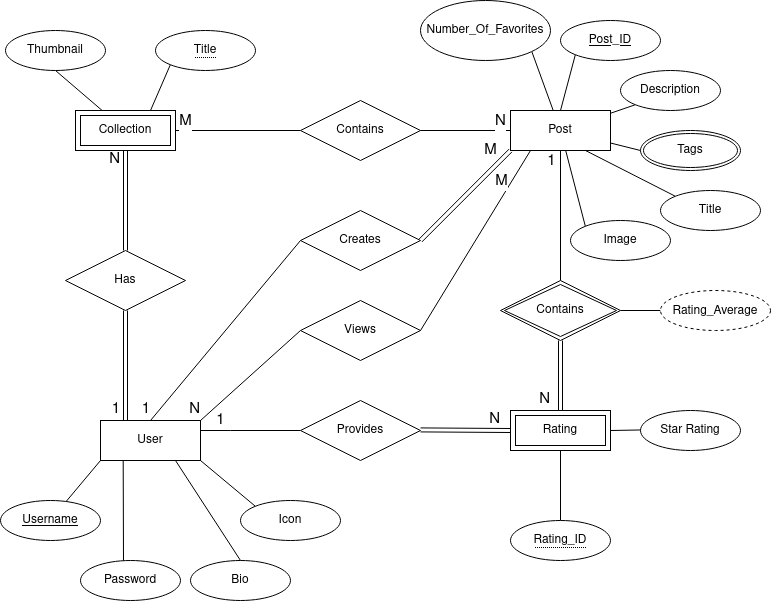
Before: images/er_diagram.png, a diagram exported from draw.io (Marble879/Web-Development-Project). Source tidied: cells renumbered, new cells last; positions are measured from the earlier drawing's top-left corner, leaving out a move shared by most shapes.
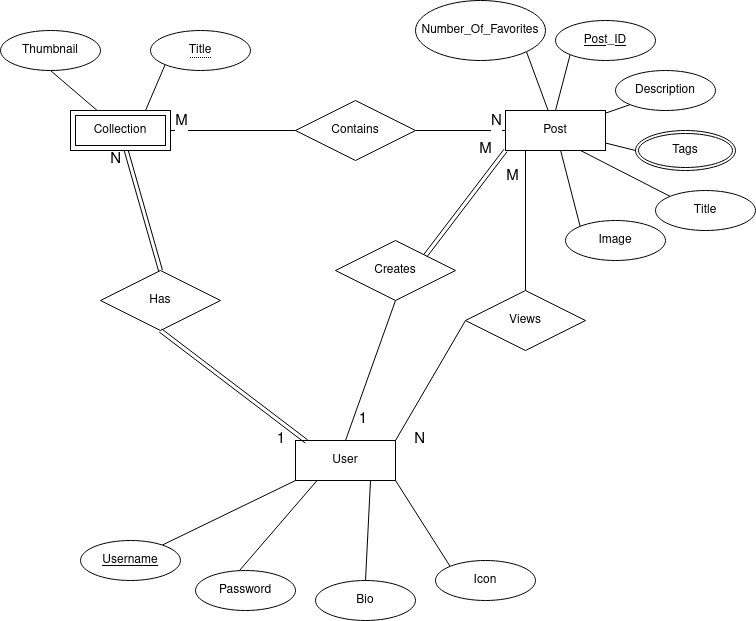
After the commit.

Commit message:
[GROUP PROGRAMMING] Update ER diagram

The edit, as a diff of the source:
```diff
@@ -17,41 +17,23 @@
     <mxCell id="6" style="edgeStyle=none;rounded=0;jettySize=auto;html=1;exitX=1;exitY=0;exitDx=0;exitDy=0;entryX=0;entryY=0.5;entryDx=0;entryDy=0;endArrow=none;endFill=0;" parent="1" edge="1" source="9" target="43">
       <mxGeometry relative="1" as="geometry" />
     </mxCell>
-    <mxCell id="7" style="edgeStyle=none;rounded=0;jettySize=auto;html=1;exitX=0.5;exitY=0;exitDx=0;exitDy=0;entryX=0;entryY=0.5;entryDx=0;entryDy=0;endArrow=none;endFill=0;" parent="1" edge="1" source="9" target="31">
+    <mxCell id="7" style="edgeStyle=none;rounded=0;jettySize=auto;html=1;exitX=0.5;exitY=0;exitDx=0;exitDy=0;entryX=0.5;entryY=1;entryDx=0;entryDy=0;endArrow=none;endFill=0;" parent="1" edge="1" source="9" target="31">
       <mxGeometry relative="1" as="geometry" />
     </mxCell>
-    <mxCell id="8" value="&lt;font style=&quot;font-size: 15px&quot;&gt;1&lt;/font&gt;" style="edgeStyle=none;rounded=0;jettySize=auto;html=1;exitX=1;exitY=0.25;exitDx=0;exitDy=0;entryX=0;entryY=0.5;entryDx=0;entryDy=0;endArrow=none;endFill=0;" parent="1" edge="1" source="9" target="48">
-      <mxGeometry x="-0.6" y="10" relative="1" as="geometry">
-        <Array as="points">
-          <mxPoint x="230" y="430" />
-        </Array>
-      </mxGeometry>
-    </mxCell>
     <mxCell id="9" value="User" style="whiteSpace=wrap;html=1;align=center;" parent="1" vertex="1">
-      <mxGeometry x="100" y="420" width="100" height="40" as="geometry" />
+      <mxGeometry x="300" y="440" width="100" height="40" as="geometry" />
     </mxCell>
-    <mxCell id="10" style="edgeStyle=none;rounded=0;jettySize=auto;html=1;exitX=0.5;exitY=1;exitDx=0;exitDy=0;endArrow=none;endFill=0;" parent="1" edge="1" source="12" target="47">
-      <mxGeometry relative="1" as="geometry" />
-    </mxCell>
-    <mxCell id="11" value="1" style="edgeLabel;html=1;align=center;verticalAlign=middle;fontSize=15;" parent="10" vertex="1">
-      <mxGeometry x="-0.7" relative="1" as="geometry">
-        <mxPoint x="-10" y="-8" as="offset" />
-      </mxGeometry>
-    </mxCell>
     <mxCell id="12" value="Post" style="whiteSpace=wrap;html=1;align=center;" parent="1" vertex="1">
       <mxGeometry x="510" y="110" width="100" height="40" as="geometry" />
     </mxCell>
-    <mxCell id="13" value="Rating" style="shape=ext;margin=3;double=1;whiteSpace=wrap;html=1;align=center;" parent="1" vertex="1">
-      <mxGeometry x="510" y="410" width="100" height="40" as="geometry" />
-    </mxCell>
     <mxCell id="14" value="&lt;u&gt;Username&lt;/u&gt;" style="ellipse;whiteSpace=wrap;html=1;align=center;" parent="1" vertex="1">
-      <mxGeometry y="500" width="100" height="40" as="geometry" />
+      <mxGeometry x="85" y="540" width="100" height="40" as="geometry" />
     </mxCell>
     <mxCell id="15" value="Password" style="ellipse;whiteSpace=wrap;html=1;align=center;" parent="1" vertex="1">
-      <mxGeometry x="80" y="560" width="100" height="40" as="geometry" />
+      <mxGeometry x="200" y="570" width="100" height="40" as="geometry" />
     </mxCell>
     <mxCell id="16" value="Bio" style="ellipse;whiteSpace=wrap;html=1;align=center;" parent="1" vertex="1">
-      <mxGeometry x="190" y="560" width="100" height="40" as="geometry" />
+      <mxGeometry x="320" y="580" width="100" height="40" as="geometry" />
     </mxCell>
     <mxCell id="17" style="edgeStyle=none;rounded=0;jettySize=auto;html=1;exitX=0;exitY=0.5;exitDx=0;exitDy=0;endArrow=none;endFill=0;" parent="1" edge="1" source="18" target="12">
       <mxGeometry relative="1" as="geometry" />
@@ -60,7 +42,7 @@
       <mxGeometry x="640" y="130" width="100" height="40" as="geometry" />
     </mxCell>
     <mxCell id="19" value="Has" style="shape=rhombus;perimeter=rhombusPerimeter;whiteSpace=wrap;html=1;align=center;" parent="1" vertex="1">
-      <mxGeometry x="65" y="250" width="120" height="60" as="geometry" />
+      <mxGeometry x="105" y="270" width="120" height="60" as="geometry" />
     </mxCell>
     <mxCell id="20" style="edgeStyle=none;rounded=0;jettySize=auto;html=1;exitX=0;exitY=1;exitDx=0;exitDy=0;endArrow=none;endFill=0;" parent="1" edge="1" source="21" target="12">
       <mxGeometry relative="1" as="geometry" />
@@ -92,20 +74,11 @@
       <mxGeometry x="570" y="220" width="100" height="40" as="geometry" />
     </mxCell>
     <mxCell id="29" value="Icon" style="ellipse;whiteSpace=wrap;html=1;align=center;" parent="1" vertex="1">
-      <mxGeometry x="240" y="500" width="100" height="40" as="geometry" />
+      <mxGeometry x="440" y="560" width="100" height="40" as="geometry" />
     </mxCell>
-    <mxCell id="30" style="edgeStyle=none;rounded=0;jettySize=auto;html=1;exitX=0.5;exitY=0;exitDx=0;exitDy=0;endArrow=none;endFill=0;" parent="1" edge="1" target="13">
-      <mxGeometry relative="1" as="geometry" />
-    </mxCell>
     <mxCell id="31" value="Creates" style="shape=rhombus;perimeter=rhombusPerimeter;whiteSpace=wrap;html=1;align=center;" parent="1" vertex="1">
-      <mxGeometry x="300" y="210" width="120" height="60" as="geometry" />
+      <mxGeometry x="340" y="240" width="120" height="60" as="geometry" />
     </mxCell>
-    <mxCell id="32" style="edgeStyle=none;rounded=0;jettySize=auto;html=1;exitX=0.014;exitY=0.486;exitDx=0;exitDy=0;entryX=1;entryY=0.5;entryDx=0;entryDy=0;endArrow=none;endFill=0;exitPerimeter=0;" parent="1" edge="1" source="33" target="13">
-      <mxGeometry relative="1" as="geometry" />
-    </mxCell>
-    <mxCell id="33" value="Star Rating" style="ellipse;whiteSpace=wrap;html=1;align=center;" parent="1" vertex="1">
-      <mxGeometry x="640" y="410" width="100" height="40" as="geometry" />
-    </mxCell>
     <mxCell id="34" style="edgeStyle=none;rounded=0;jettySize=auto;html=1;exitX=0.5;exitY=1;exitDx=0;exitDy=0;endArrow=none;endFill=0;" parent="1" edge="1" source="35" target="38">
       <mxGeometry relative="1" as="geometry" />
     </mxCell>
@@ -135,13 +108,13 @@
         <mxPoint x="270" y="40" as="targetPoint" />
       </mxGeometry>
     </mxCell>
-    <mxCell id="42" style="edgeStyle=none;rounded=0;jettySize=auto;html=1;exitX=1;exitY=0.5;exitDx=0;exitDy=0;endArrow=none;endFill=0;" parent="1" edge="1" source="43">
+    <mxCell id="42" style="edgeStyle=none;rounded=0;jettySize=auto;html=1;exitX=0.5;exitY=0;exitDx=0;exitDy=0;endArrow=none;endFill=0;" parent="1" edge="1" source="43">
       <mxGeometry relative="1" as="geometry">
         <mxPoint x="530" y="150" as="targetPoint" />
       </mxGeometry>
     </mxCell>
     <mxCell id="43" value="Views" style="shape=rhombus;perimeter=rhombusPerimeter;whiteSpace=wrap;html=1;align=center;" parent="1" vertex="1">
-      <mxGeometry x="300" y="300" width="120" height="60" as="geometry" />
+      <mxGeometry x="470" y="290" width="120" height="60" as="geometry" />
     </mxCell>
     <mxCell id="44" style="edgeStyle=none;rounded=0;jettySize=auto;html=1;exitX=0;exitY=1;exitDx=0;exitDy=0;endArrow=none;endFill=0;entryX=0.5;entryY=0;entryDx=0;entryDy=0;" parent="1" edge="1" source="45" target="12">
       <mxGeometry relative="1" as="geometry" />
@@ -149,29 +122,12 @@
     <mxCell id="45" value="&lt;font style=&quot;font-size: 12px&quot;&gt;&lt;u&gt;Post_ID&lt;/u&gt;&lt;/font&gt;" style="ellipse;whiteSpace=wrap;html=1;align=center;" parent="1" vertex="1">
       <mxGeometry x="560" y="20" width="100" height="40" as="geometry" />
     </mxCell>
-    <mxCell id="46" style="edgeStyle=none;rounded=0;jettySize=auto;html=1;exitX=1;exitY=0.5;exitDx=0;exitDy=0;fontSize=15;endArrow=none;endFill=0;" parent="1" edge="1" source="47" target="64">
-      <mxGeometry relative="1" as="geometry" />
-    </mxCell>
-    <mxCell id="47" value="Contains" style="shape=rhombus;double=1;perimeter=rhombusPerimeter;whiteSpace=wrap;html=1;align=center;" parent="1" vertex="1">
-      <mxGeometry x="500" y="280" width="120" height="60" as="geometry" />
-    </mxCell>
-    <mxCell id="48" value="Provides" style="shape=rhombus;perimeter=rhombusPerimeter;whiteSpace=wrap;html=1;align=center;" parent="1" vertex="1">
-      <mxGeometry x="300" y="400" width="120" height="60" as="geometry" />
-    </mxCell>
-    <mxCell id="49" style="edgeStyle=none;rounded=0;jettySize=auto;html=1;exitX=0.5;exitY=0;exitDx=0;exitDy=0;entryX=0.5;entryY=1;entryDx=0;entryDy=0;endArrow=none;endFill=0;" parent="1" edge="1" source="50" target="13">
-      <mxGeometry relative="1" as="geometry" />
-    </mxCell>
-    <mxCell id="50" value="&lt;span style=&quot;border-bottom: 1px dotted&quot;&gt;Rating_ID&lt;/span&gt;" style="ellipse;whiteSpace=wrap;html=1;align=center;" parent="1" vertex="1">
-      <mxGeometry x="510" y="520" width="100" height="40" as="geometry" />
-    </mxCell>
-    <mxCell id="51" style="shape=link;html=1;rounded=0;endArrow=none;endFill=0;entryX=0.5;entryY=1;entryDx=0;entryDy=0;" parent="1" edge="1" target="19">
-      <mxGeometry relative="1" as="geometry">
-        <mxPoint x="125" y="420" as="sourcePoint" />
-      </mxGeometry>
+    <mxCell id="51" style="shape=link;html=1;rounded=0;endArrow=none;endFill=0;entryX=0.5;entryY=1;entryDx=0;entryDy=0;exitX=0.11;exitY=0.025;exitDx=0;exitDy=0;exitPerimeter=0;" parent="1" edge="1" source="9" target="19">
+      <mxGeometry relative="1" as="geometry" />
     </mxCell>
     <mxCell id="52" value="1" style="html=1;align=right;verticalAlign=bottom;fontSize=15;" parent="51" vertex="1">
       <mxGeometry x="1" relative="1" as="geometry">
-        <mxPoint x="-5" y="110" as="offset" />
+        <mxPoint x="207" y="100" as="offset" />
       </mxGeometry>
     </mxCell>
     <mxCell id="53" style="shape=link;html=1;rounded=0;endArrow=none;endFill=0;exitX=0.5;exitY=0;exitDx=0;exitDy=0;" parent="1" edge="1" source="19" target="38">
@@ -182,22 +138,16 @@
         <mxPoint x="-5" y="20" as="offset" />
       </mxGeometry>
     </mxCell>
-    <mxCell id="55" style="shape=link;html=1;rounded=0;fontSize=15;endArrow=none;endFill=0;" parent="1" edge="1" source="13">
-      <mxGeometry relative="1" as="geometry">
-        <mxPoint x="560" y="340" as="targetPoint" />
-      </mxGeometry>
-    </mxCell>
-    <mxCell id="56" style="shape=link;html=1;rounded=0;endArrow=none;endFill=0;entryX=1;entryY=0.5;entryDx=0;entryDy=0;" parent="1" edge="1">
+    <mxCell id="56" style="shape=link;html=1;rounded=0;endArrow=none;endFill=0;entryX=1;entryY=0.5;entryDx=0;entryDy=0;exitX=1;exitY=0;exitDx=0;exitDy=0;" parent="1" edge="1" source="31">
       <mxGeometry relative="1" as="geometry">
-        <mxPoint x="420" y="240" as="sourcePoint" />
         <mxPoint x="510" y="150" as="targetPoint" />
       </mxGeometry>
     </mxCell>
     <mxCell id="57" value="1" style="html=1;align=right;verticalAlign=bottom;fontSize=15;" parent="1" vertex="1">
-      <mxGeometry x="150" y="420" as="geometry" />
+      <mxGeometry x="290" y="450" as="geometry" />
     </mxCell>
     <mxCell id="58" value="N" style="html=1;align=right;verticalAlign=bottom;fontSize=15;" parent="1" vertex="1">
-      <mxGeometry x="200" y="420" as="geometry" />
+      <mxGeometry x="430" y="450" as="geometry" />
     </mxCell>
     <mxCell id="59" style="edgeStyle=none;rounded=0;jettySize=auto;html=1;exitX=1;exitY=1;exitDx=0;exitDy=0;fontSize=15;endArrow=none;endFill=0;" parent="1" edge="1" source="60" target="12">
       <mxGeometry relative="1" as="geometry" />
@@ -205,27 +155,15 @@
     <mxCell id="60" value="Number_Of_Favorites " style="ellipse;whiteSpace=wrap;html=1;align=center;" parent="1" vertex="1">
       <mxGeometry x="420" width="130" height="60" as="geometry" />
     </mxCell>
-    <mxCell id="61" value="N" style="html=1;align=right;verticalAlign=bottom;fontSize=15;" parent="1" vertex="1">
-      <mxGeometry x="550" y="410" as="geometry" />
-    </mxCell>
     <mxCell id="62" value="M" style="edgeLabel;html=1;align=center;verticalAlign=middle;fontSize=15;" parent="1" vertex="1">
-      <mxGeometry x="185" y="130" as="geometry">
+      <mxGeometry x="185" y="129" as="geometry">
         <mxPoint x="304" y="19" as="offset" />
       </mxGeometry>
     </mxCell>
     <mxCell id="63" value="M" style="edgeLabel;html=1;align=center;verticalAlign=middle;fontSize=15;" parent="1" vertex="1">
-      <mxGeometry x="500" y="180" as="geometry" />
+      <mxGeometry x="501" y="166" as="geometry">
+        <mxPoint x="15" y="9" as="offset" />
+      </mxGeometry>
     </mxCell>
-    <mxCell id="64" value="&lt;font style=&quot;font-size: 12px&quot;&gt;Rating_Average&lt;/font&gt;" style="ellipse;whiteSpace=wrap;html=1;align=center;dashed=1;fontSize=15;" parent="1" vertex="1">
-      <mxGeometry x="660" y="290" width="110" height="40" as="geometry" />
-    </mxCell>
-    <mxCell id="65" style="shape=link;html=1;rounded=0;fontSize=15;endArrow=none;endFill=0;entryX=0;entryY=0.5;entryDx=0;entryDy=0;" parent="1" edge="1" target="13">
-      <mxGeometry relative="1" as="geometry">
-        <mxPoint x="420" y="429.4" as="sourcePoint" />
-      </mxGeometry>
-    </mxCell>
-    <mxCell id="66" value="N" style="html=1;align=right;verticalAlign=bottom;fontSize=15;" parent="1" vertex="1">
-      <mxGeometry x="500" y="430" as="geometry" />
-    </mxCell>
   </root>
 </mxGraphModel>
```
